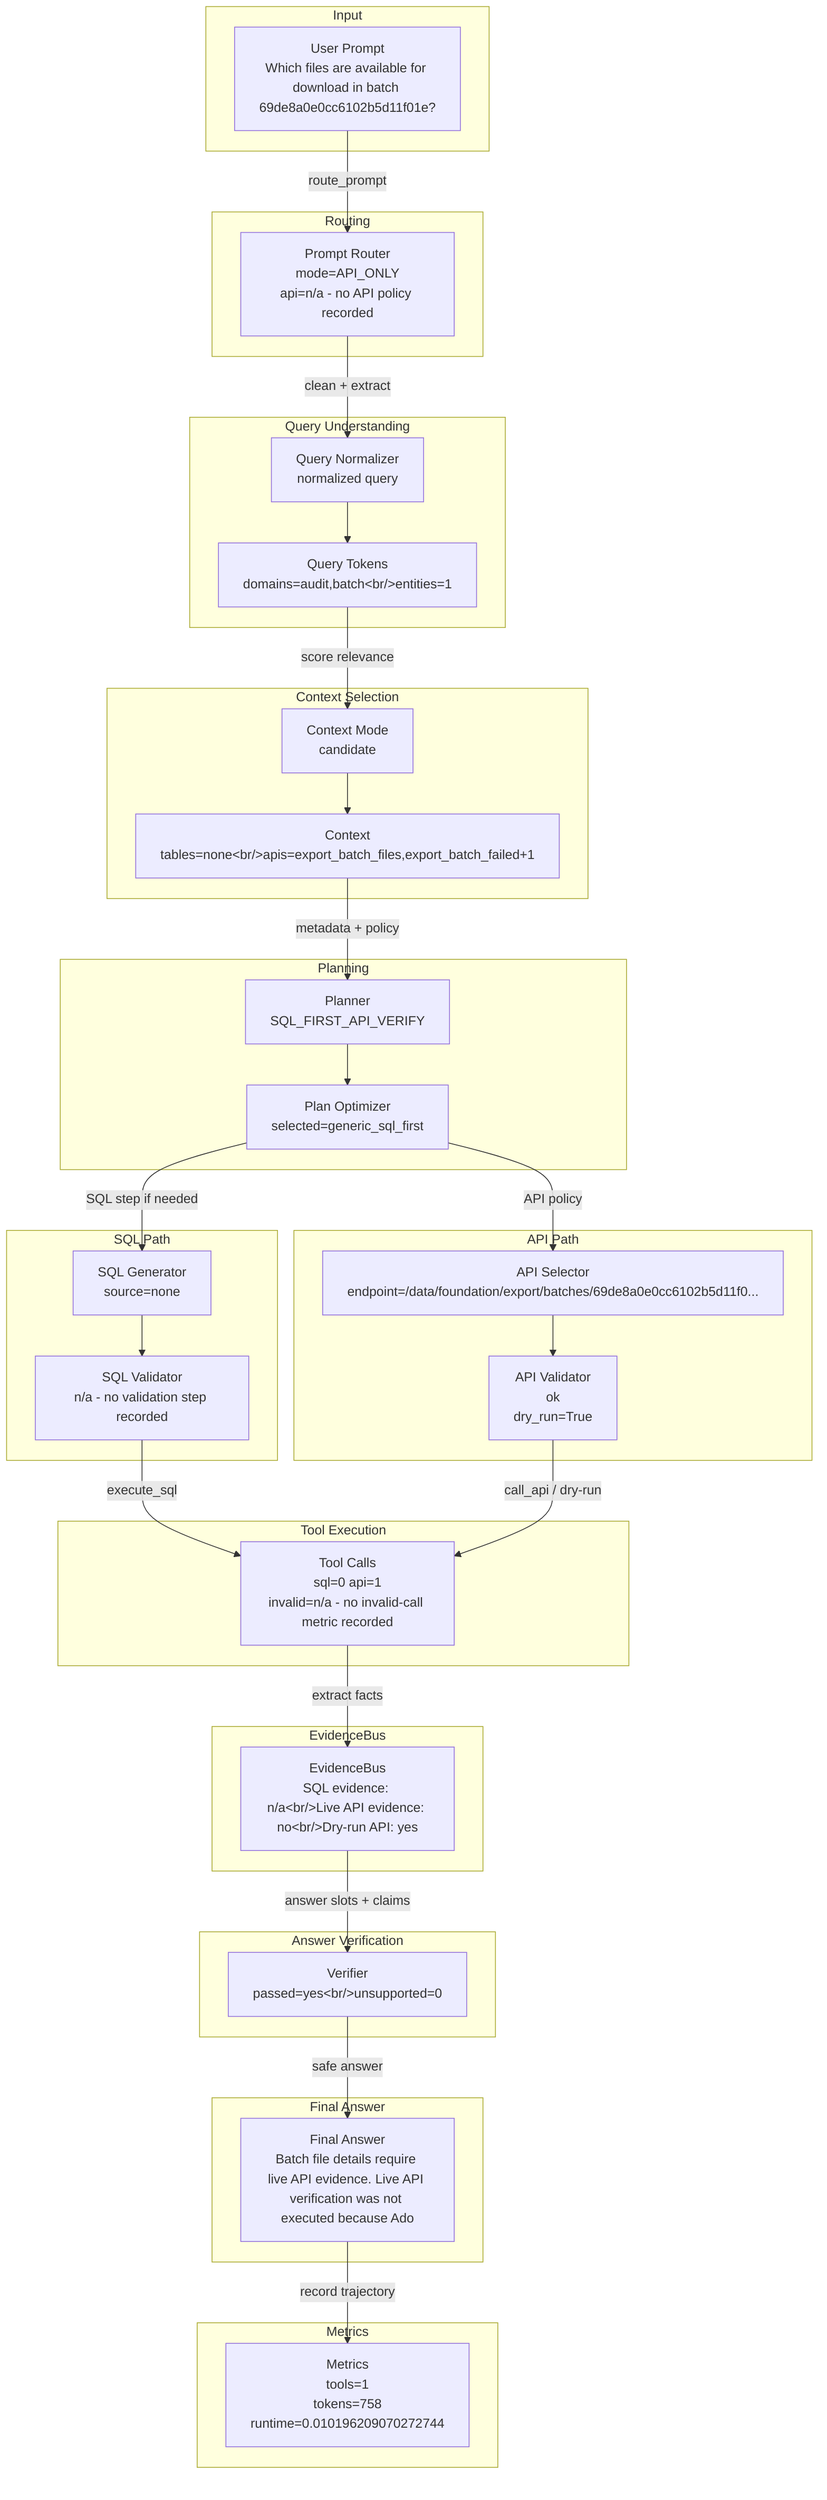
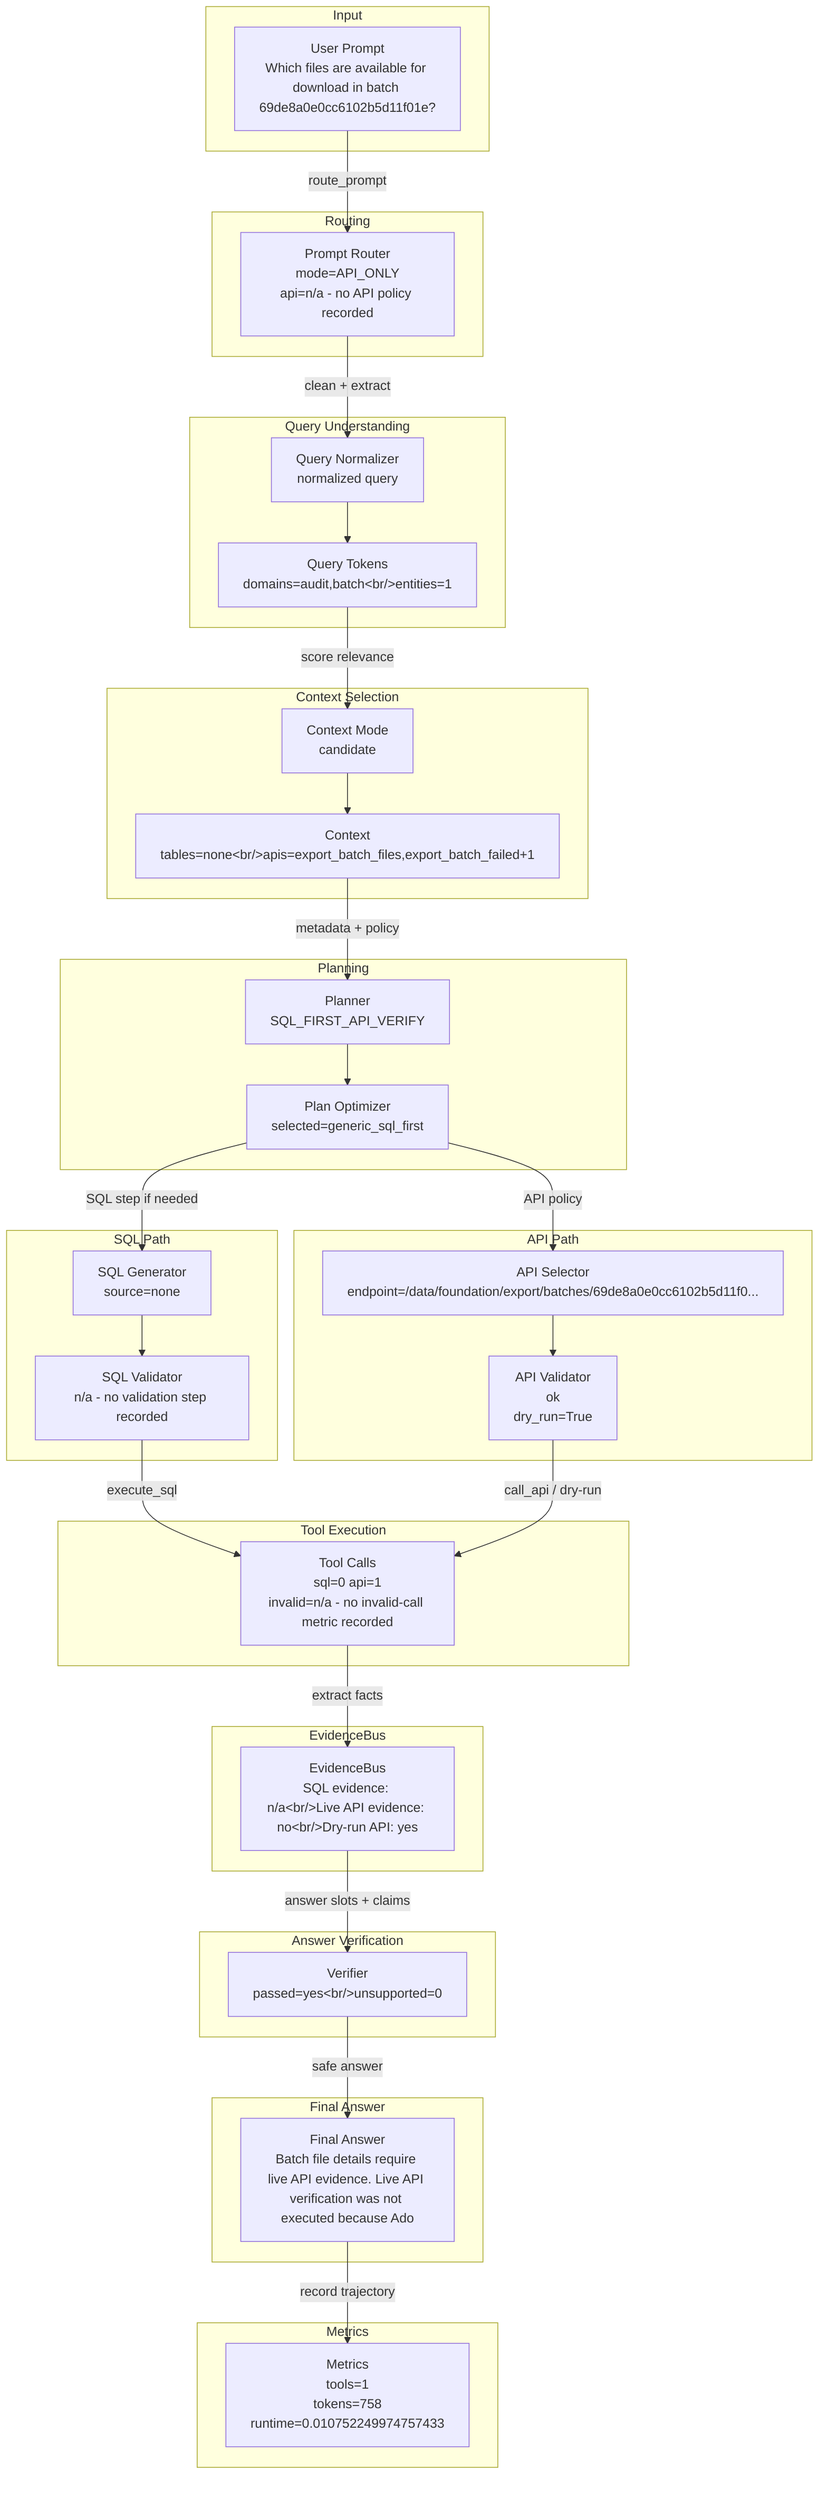
flowchart TD
  subgraph Input
    input_prompt["User Prompt<br/>Which files are available for download in batch 69de8a0e0cc6102b5d11f01e?"]
  end
  subgraph Routing
    router["Prompt Router<br/>mode=API_ONLY<br/>api=n/a - no API policy recorded"]
    input_prompt -->|route_prompt| router
  end
  subgraph QueryUnderstanding["Query Understanding"]
    normalizer["Query Normalizer<br/>normalized query"]
    tokens["Query Tokens<br/>domains=audit,batch&lt;br/&gt;entities=1"]
    router -->|clean + extract| normalizer --> tokens
  end
  subgraph ContextSelection["Context Selection"]
    context["Context Mode<br/>candidate"]
    candidates["Context<br/>tables=none&lt;br/&gt;apis=export_batch_files,export_batch_failed+1"]
    tokens -->|score relevance| context --> candidates
  end
  subgraph Planning
    planner["Planner<br/>SQL_FIRST_API_VERIFY"]
    optimizer["Plan Optimizer<br/>selected=generic_sql_first"]
    candidates -->|metadata + policy| planner --> optimizer
  end
  subgraph SQLPath["SQL Path"]
    sqlgen["SQL Generator<br/>source=none"]
    sqlval["SQL Validator<br/>n/a - no validation step recorded"]
    optimizer -->|SQL step if needed| sqlgen --> sqlval
  end
  subgraph APIPath["API Path"]
    apisel["API Selector<br/>endpoint=/data/foundation/export/batches/69de8a0e0cc6102b5d11f0..."]
    apival["API Validator<br/>ok<br/>dry_run=True"]
    optimizer -->|API policy| apisel --> apival
  end
  subgraph ToolExecution["Tool Execution"]
    tools["Tool Calls<br/>sql=0 api=1<br/>invalid=n/a - no invalid-call metric recorded"]
    sqlval -->|execute_sql| tools
    apival -->|call_api / dry-run| tools
  end
  subgraph EvidenceBus
    evidence["EvidenceBus<br/>SQL evidence: n/a&lt;br/&gt;Live API evidence: no&lt;br/&gt;Dry-run API: yes"]
    tools -->|extract facts| evidence
  end
  subgraph AnswerVerification["Answer Verification"]
    verifier["Verifier<br/>passed=yes&lt;br/&gt;unsupported=0"]
    evidence -->|answer slots + claims| verifier
  end
  subgraph FinalAnswer["Final Answer"]
    answer["Final Answer<br/>Batch file details require live API evidence. Live API verification was not executed because Ado"]
    verifier -->|safe answer| answer
  end
  subgraph Metrics
-     metrics["Metrics<br/>tools=1<br/>tokens=758<br/>runtime=0.010196209070272744"]
+     metrics["Metrics<br/>tools=1<br/>tokens=758<br/>runtime=0.010752249974757433"]
    answer -->|record trajectory| metrics
  end
